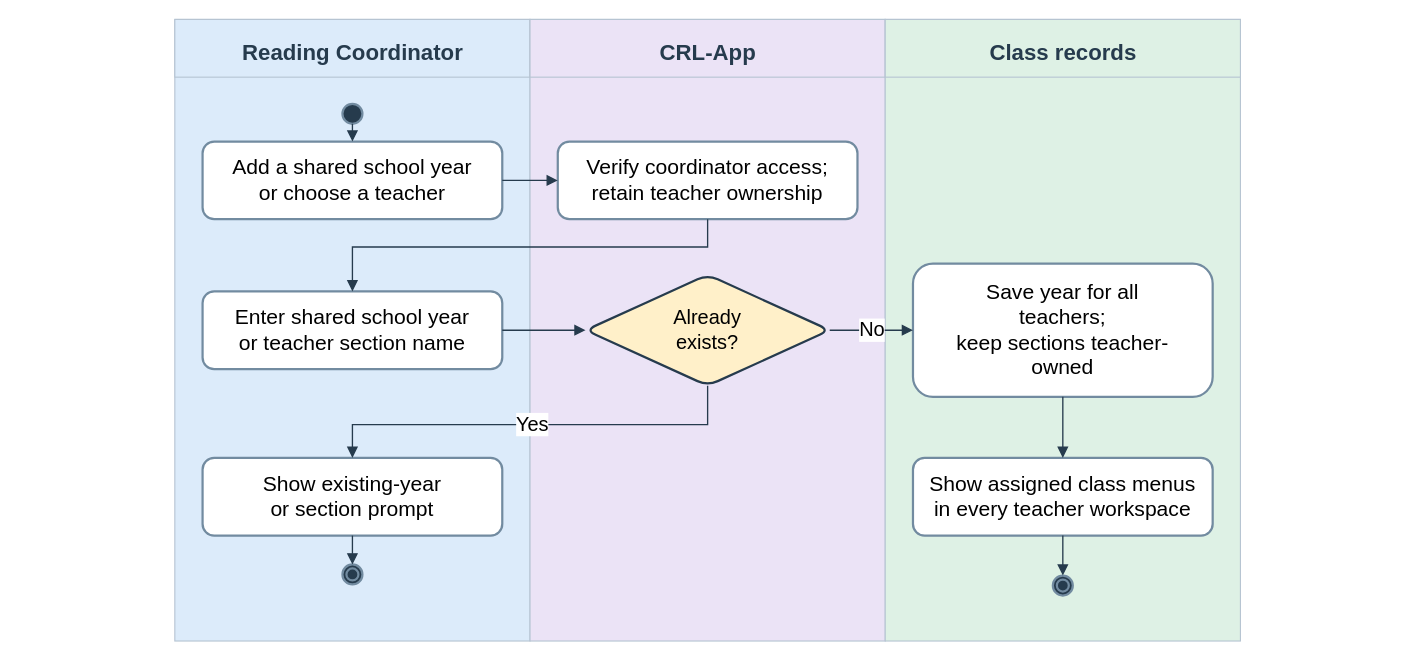
AkuSayangKamuJudaSayang/crl-app keeps this draw.io diagram as docs/diagrams/class-workspaces/figure-15-class-management.drawio. Above is the earlier version. Source tidied: cells renumbered, new cells numbered last; positions are measured from the earlier drawing's top-left corner, leaving out a move shared by most shapes. Both pictures are drawn from the tidied source at 111%, with x=0, y=0 at pixel (19, 19).
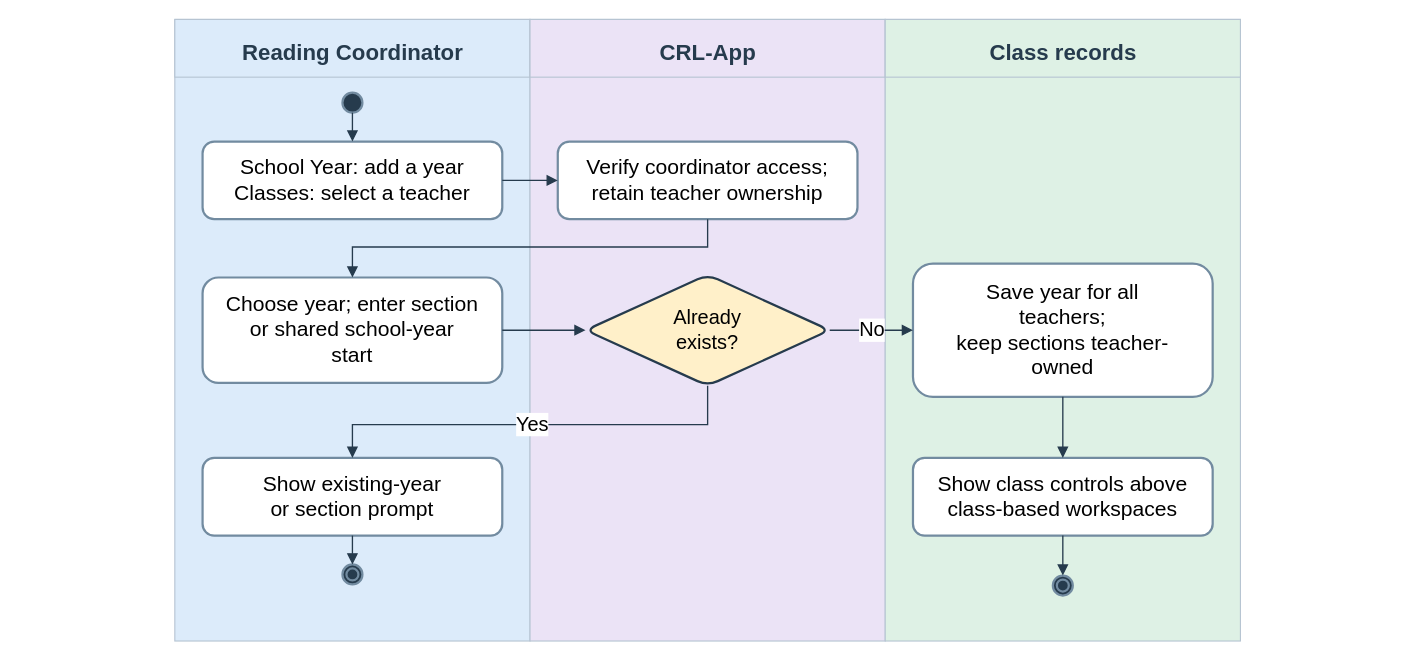
The same diagram, later.

What changed in the source:
```diff
@@
     <mxCell id="11" style="rounded=1;whiteSpace=wrap;html=1;fontFamily=Arial;fillColor=#ffffff;strokeColor=#728ba0;strokeWidth=2;fontSize=19;shape=ellipse;fillColor=#263b4d;" parent="1" vertex="1">
-      <mxGeometry x="291" y="76" width="18" height="18" as="geometry" />
+      <mxGeometry x="291" y="66" width="18" height="18" as="geometry" />
     </mxCell>
-    <mxCell id="12" value="Add a shared school year&lt;br&gt;or choose a teacher" style="rounded=1;whiteSpace=wrap;html=1;fontFamily=Arial;fillColor=#ffffff;strokeColor=#728ba0;strokeWidth=2;fontSize=19;" parent="1" vertex="1">
+    <mxCell id="12" value="School Year: add a year&lt;br&gt;Classes: select a teacher" style="rounded=1;whiteSpace=wrap;html=1;fontFamily=Arial;fillColor=#ffffff;strokeColor=#728ba0;strokeWidth=2;fontSize=19;" parent="1" vertex="1">
       <mxGeometry x="165" y="110" width="270" height="70" as="geometry" />
     </mxCell>
@@
-    <mxCell id="14" value="Enter shared school year&lt;br&gt;or teacher section name" style="rounded=1;whiteSpace=wrap;html=1;fontFamily=Arial;fillColor=#ffffff;strokeColor=#728ba0;strokeWidth=2;fontSize=19;" parent="1" vertex="1">
-      <mxGeometry x="165" y="245" width="270" height="70" as="geometry" />
+    <mxCell id="14" value="Choose year; enter section&lt;br&gt;or shared school-year&lt;br&gt;start" style="rounded=1;whiteSpace=wrap;html=1;fontFamily=Arial;fillColor=#ffffff;strokeColor=#728ba0;strokeWidth=2;fontSize=19;" parent="1" vertex="1">
+      <mxGeometry x="165" y="232.5" width="270" height="95" as="geometry" />
     </mxCell>
@@
-    <mxCell id="19" value="Show assigned class menus&lt;br&gt;in every teacher workspace" style="rounded=1;whiteSpace=wrap;html=1;fontFamily=Arial;fillColor=#ffffff;strokeColor=#728ba0;strokeWidth=2;fontSize=19;" parent="1" vertex="1">
+    <mxCell id="19" value="Show class controls above&lt;br&gt;class-based workspaces" style="rounded=1;whiteSpace=wrap;html=1;fontFamily=Arial;fillColor=#ffffff;strokeColor=#728ba0;strokeWidth=2;fontSize=19;" parent="1" vertex="1">
       <mxGeometry x="805" y="395" width="270" height="70" as="geometry" />
     </mxCell>
```
